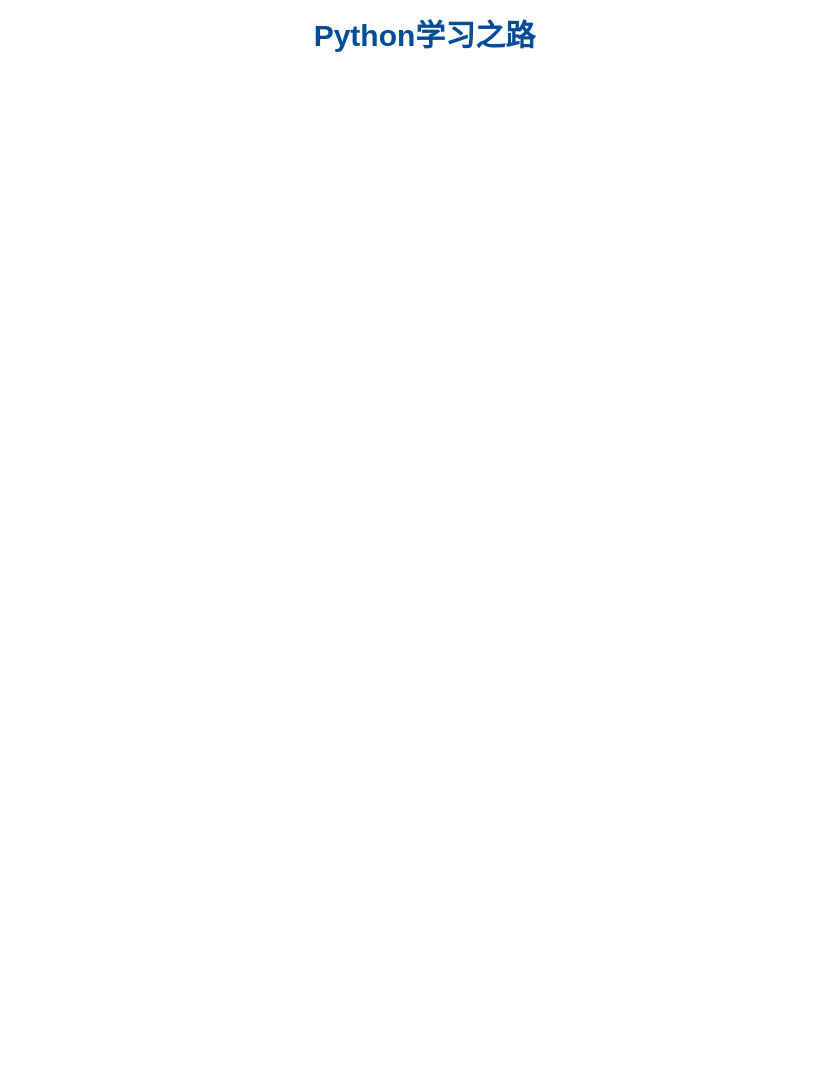
This is Untitled Diagram.drawio from lalawila/chaorencode, a draw.io file, before an edit. Source tidied: cells renumbered, new cells numbered last; positions are measured from the earlier drawing's top-left corner, leaving out a move shared by most shapes. Both pictures are drawn from the tidied source at 100%, with x=0, y=0 at pixel (247, 25).
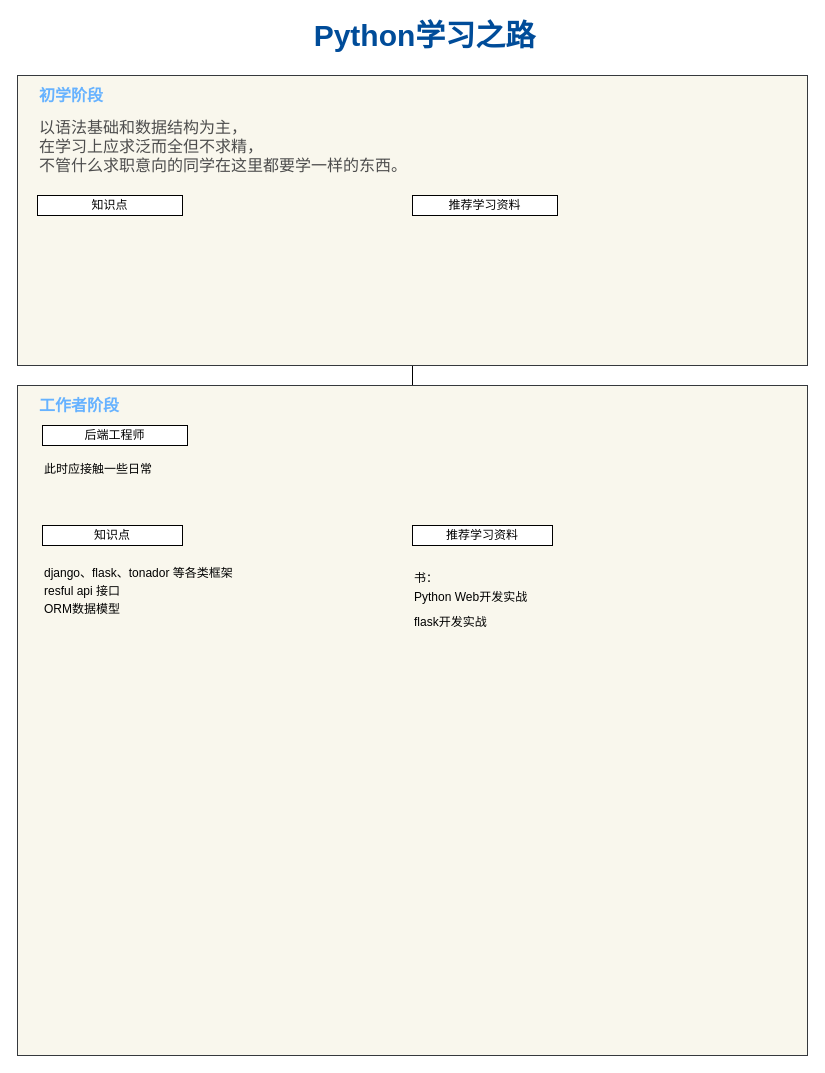
Above is the later version.

What changed in the source:
```diff
@@
 <mxGraphModel>
   <root>
     <mxCell id="0" />
     <mxCell id="1" parent="0" />
+    <mxCell id="3" style="edgeStyle=orthogonalEdgeStyle;rounded=0;jettySize=auto;html=1;" parent="1" edge="1" source="4" target="14">
+      <mxGeometry relative="1" as="geometry" />
+    </mxCell>
+    <mxCell id="4" style="rounded=0;whiteSpace=wrap;html=1;fillColor=#f9f7ed;strokeColor=#36393d;" parent="1" vertex="1">
+      <mxGeometry x="-230" y="50" width="790" height="290" as="geometry" />
+    </mxCell>
+    <mxCell id="5" value="初学阶段" style="text;html=1;align=left;verticalAlign=middle;whiteSpace=wrap;rounded=0;fontSize=16;fontStyle=1;fontColor=#66B2FF;" parent="1" vertex="1">
+      <mxGeometry x="-210" y="60" width="140" height="20" as="geometry" />
+    </mxCell>
     <mxCell id="2" value="&lt;font size=&quot;1&quot; color=&quot;#004C99&quot;&gt;&lt;b style=&quot;font-size: 30px&quot;&gt;Python学习之路&lt;/b&gt;&lt;/font&gt;" style="text;html=1;strokeColor=none;fillColor=none;align=center;verticalAlign=middle;whiteSpace=wrap;rounded=0;" parent="1" vertex="1">
       <mxGeometry width="355" height="20" as="geometry" />
     </mxCell>
+    <mxCell id="6" value="&lt;p style=&quot;line-height: 120%&quot;&gt;以语法基础和数据结构为主，&lt;br&gt;在学习上应求泛而全但不求精，&lt;br&gt;不管什么求职意向的同学在这里都要学一样的东西。&lt;/p&gt;" style="text;fillColor=none;align=left;verticalAlign=top;whiteSpace=wrap;rounded=0;fontSize=16;horizontal=1;labelPosition=center;verticalLabelPosition=middle;spacing=2;fontColor=#4D4D4D;labelBackgroundColor=none;spacingTop=0;fontStyle=0;html=1;" parent="1" vertex="1">
+      <mxGeometry x="-210" y="70" width="400" height="100" as="geometry" />
+    </mxCell>
+    <mxCell id="7" value="知识点" style="rounded=0;whiteSpace=wrap;html=1;" parent="1" vertex="1">
+      <mxGeometry x="-210" y="170" width="145" height="20" as="geometry" />
+    </mxCell>
+    <mxCell id="8" style="rounded=0;whiteSpace=wrap;html=1;fillColor=#f9f7ed;strokeColor=#36393d;" parent="1" vertex="1">
+      <mxGeometry x="-230" y="360" width="790" height="670" as="geometry" />
+    </mxCell>
+    <mxCell id="9" value="工作者阶段" style="text;html=1;align=left;verticalAlign=middle;whiteSpace=wrap;rounded=0;fontSize=16;fontStyle=1;fontColor=#66B2FF;" parent="1" vertex="1">
+      <mxGeometry x="-210" y="370" width="140" height="20" as="geometry" />
+    </mxCell>
+    <mxCell id="10" value="推荐学习资料" style="rounded=0;whiteSpace=wrap;html=1;" parent="1" vertex="1">
+      <mxGeometry x="165" y="170" width="145" height="20" as="geometry" />
+    </mxCell>
+    <mxCell id="11" value="推荐学习资料" style="rounded=0;whiteSpace=wrap;html=1;" parent="1" vertex="1">
+      <mxGeometry x="165" y="500" width="140" height="20" as="geometry" />
+    </mxCell>
+    <mxCell id="12" value="后端工程师" style="rounded=0;whiteSpace=wrap;html=1;" parent="1" vertex="1">
+      <mxGeometry x="-205" y="400" width="145" height="20" as="geometry" />
+    </mxCell>
+    <mxCell id="13" value="知识点" style="rounded=0;whiteSpace=wrap;html=1;" parent="1" vertex="1">
+      <mxGeometry x="-205" y="500" width="140" height="20" as="geometry" />
+    </mxCell>
+    <mxCell id="14" value="此时应接触一些日常" style="text;html=1;strokeColor=none;fillColor=none;align=left;verticalAlign=top;whiteSpace=wrap;rounded=0;" parent="1" vertex="1">
+      <mxGeometry x="-205" y="430" width="375" height="40" as="geometry" />
+    </mxCell>
+    <mxCell id="15" value="&lt;p style=&quot;line-height: 150%&quot;&gt;django、flask、tonador 等各类框架&lt;br&gt;resful api 接口&lt;br&gt;ORM数据模型&lt;br&gt;&lt;br&gt;&lt;br&gt;&lt;br&gt;&lt;/p&gt;" style="text;strokeColor=none;fillColor=none;align=left;verticalAlign=top;whiteSpace=wrap;rounded=0;html=1;" parent="1" vertex="1">
+      <mxGeometry x="-205" y="520" width="245" height="100" as="geometry" />
+    </mxCell>
+    <mxCell id="16" value="&lt;p style=&quot;line-height: 80%&quot;&gt;书： &lt;br&gt;&lt;br&gt;Python Web开发实战 &lt;br&gt;&lt;/p&gt;&lt;div&gt;flask开发实战&lt;br&gt;&lt;/div&gt;&lt;div&gt;&lt;br&gt;&lt;/div&gt;" style="text;strokeColor=none;fillColor=none;align=left;verticalAlign=top;whiteSpace=wrap;rounded=0;html=1;" parent="1" vertex="1">
+      <mxGeometry x="165" y="530" width="145" height="100" as="geometry" />
+    </mxCell>
   </root>
 </mxGraphModel>
```
